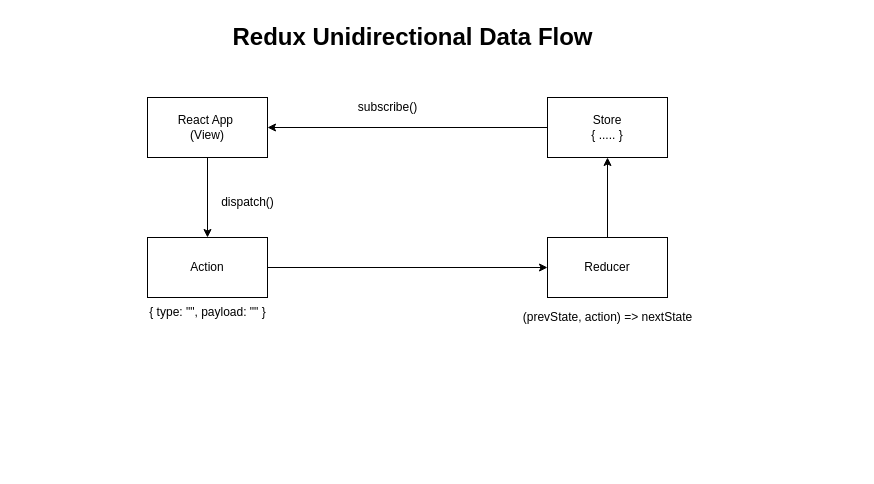
synergy2411/incedo-mar-23 keeps this draw.io diagram as page "Page-2" (2 of 2) of references/diagrams.drawio. Above is the earlier version. Source tidied: cells renumbered, new cells numbered last; positions are measured from the earlier drawing's top-left corner, leaving out a move shared by most shapes. Both pictures are drawn from the tidied source at 100%, with x=0, y=0 at pixel (137, 17).
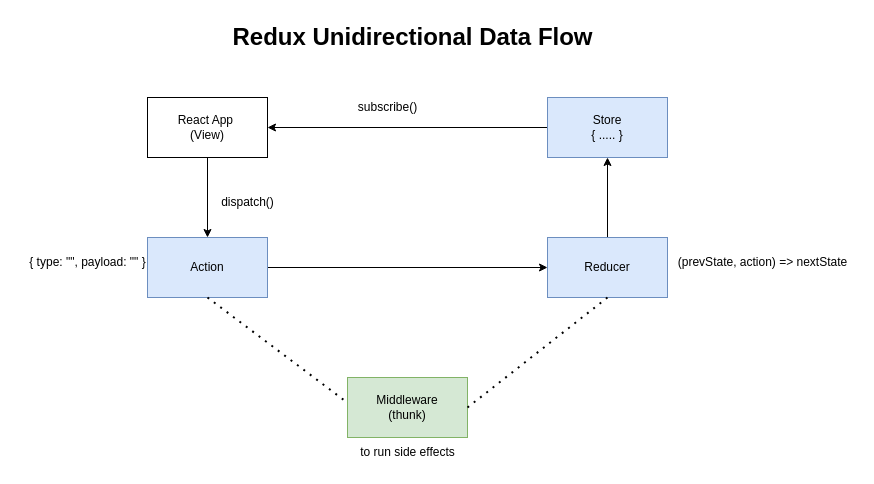
The same diagram, later.

Change to the diagram source:
```diff
@@
 <mxGraphModel>
   <root>
     <mxCell id="0" />
     <mxCell id="1" parent="0" />
     <mxCell id="2" style="edgeStyle=orthogonalEdgeStyle;rounded=0;jettySize=auto;html=1;" parent="1" edge="1" source="3" target="5">
       <mxGeometry relative="1" as="geometry" />
     </mxCell>
     <mxCell id="3" value="React App&amp;nbsp;&lt;br&gt;(View)" style="rounded=0;whiteSpace=wrap;html=1;" parent="1" vertex="1">
       <mxGeometry x="10" y="80" width="120" height="60" as="geometry" />
     </mxCell>
     <mxCell id="4" style="edgeStyle=orthogonalEdgeStyle;rounded=0;jettySize=auto;html=1;" parent="1" edge="1" source="5" target="9">
       <mxGeometry relative="1" as="geometry" />
     </mxCell>
-    <mxCell id="5" value="Action" style="rounded=0;whiteSpace=wrap;html=1;" parent="1" vertex="1">
+    <mxCell id="5" value="Action" style="rounded=0;whiteSpace=wrap;html=1;fillColor=#dae8fc;strokeColor=#6c8ebf;" parent="1" vertex="1">
       <mxGeometry x="10" y="220" width="120" height="60" as="geometry" />
     </mxCell>
     <mxCell id="6" value="dispatch()" style="text;html=1;align=center;verticalAlign=middle;strokeColor=none;fillColor=none;" parent="1" vertex="1">
       <mxGeometry x="70" y="170" width="80" height="30" as="geometry" />
     </mxCell>
     <mxCell id="7" value="{ type: &quot;&quot;, payload: &quot;&quot; }" style="text;html=1;align=center;verticalAlign=middle;strokeColor=none;fillColor=none;" parent="1" vertex="1">
-      <mxGeometry y="280" width="140" height="30" as="geometry" />
+      <mxGeometry x="-120" y="230" width="140" height="30" as="geometry" />
     </mxCell>
     <mxCell id="8" style="edgeStyle=orthogonalEdgeStyle;rounded=0;jettySize=auto;html=1;" parent="1" edge="1" source="9" target="12">
       <mxGeometry relative="1" as="geometry" />
     </mxCell>
-    <mxCell id="9" value="Reducer" style="rounded=0;whiteSpace=wrap;html=1;" parent="1" vertex="1">
+    <mxCell id="9" value="Reducer" style="rounded=0;whiteSpace=wrap;html=1;fillColor=#dae8fc;strokeColor=#6c8ebf;" parent="1" vertex="1">
       <mxGeometry x="410" y="220" width="120" height="60" as="geometry" />
     </mxCell>
     <mxCell id="10" value="(prevState, action) =&amp;gt; nextState" style="text;html=1;align=center;verticalAlign=middle;strokeColor=none;fillColor=none;" parent="1" vertex="1">
-      <mxGeometry x="375" y="285" width="190" height="30" as="geometry" />
+      <mxGeometry x="530" y="230" width="190" height="30" as="geometry" />
     </mxCell>
     <mxCell id="11" style="edgeStyle=orthogonalEdgeStyle;rounded=0;jettySize=auto;html=1;exitX=0;exitY=0.5;exitDx=0;exitDy=0;entryX=1;entryY=0.5;entryDx=0;entryDy=0;" parent="1" edge="1" source="12" target="3">
       <mxGeometry relative="1" as="geometry" />
     </mxCell>
-    <mxCell id="12" value="Store&lt;br&gt;{ ..... }" style="rounded=0;whiteSpace=wrap;html=1;" parent="1" vertex="1">
+    <mxCell id="12" value="Store&lt;br&gt;{ ..... }" style="rounded=0;whiteSpace=wrap;html=1;fillColor=#dae8fc;strokeColor=#6c8ebf;" parent="1" vertex="1">
       <mxGeometry x="410" y="80" width="120" height="60" as="geometry" />
     </mxCell>
     <mxCell id="13" value="subscribe()" style="text;html=1;align=center;verticalAlign=middle;strokeColor=none;fillColor=none;" parent="1" vertex="1">
       <mxGeometry x="210" y="75" width="80" height="30" as="geometry" />
     </mxCell>
     <mxCell id="14" value="Redux Unidirectional Data Flow" style="text;strokeColor=none;fillColor=none;html=1;fontSize=24;fontStyle=1;verticalAlign=middle;align=center;" parent="1" vertex="1">
       <mxGeometry x="225" width="100" height="40" as="geometry" />
     </mxCell>
+    <mxCell id="15" value="Middleware&lt;br&gt;(thunk)" style="rounded=0;whiteSpace=wrap;html=1;fillColor=#d5e8d4;strokeColor=#82b366;" parent="1" vertex="1">
+      <mxGeometry x="210" y="360" width="120" height="60" as="geometry" />
+    </mxCell>
+    <mxCell id="16" style="endArrow=none;dashed=1;html=1;dashPattern=1 3;strokeWidth=2;rounded=0;exitX=0.5;exitY=1;exitDx=0;exitDy=0;entryX=-0.001;entryY=0.419;entryDx=0;entryDy=0;entryPerimeter=0;" parent="1" edge="1" source="5" target="15">
+      <mxGeometry relative="1" as="geometry" />
+    </mxCell>
+    <mxCell id="17" style="endArrow=none;dashed=1;html=1;dashPattern=1 3;strokeWidth=2;rounded=0;exitX=1;exitY=0.5;exitDx=0;exitDy=0;entryX=0.5;entryY=1;entryDx=0;entryDy=0;" parent="1" edge="1" source="15" target="9">
+      <mxGeometry relative="1" as="geometry" />
+    </mxCell>
+    <mxCell id="18" value="to run side effects" style="text;html=1;align=center;verticalAlign=middle;strokeColor=none;fillColor=none;" parent="1" vertex="1">
+      <mxGeometry x="210" y="420" width="120" height="30" as="geometry" />
+    </mxCell>
   </root>
 </mxGraphModel>
```
